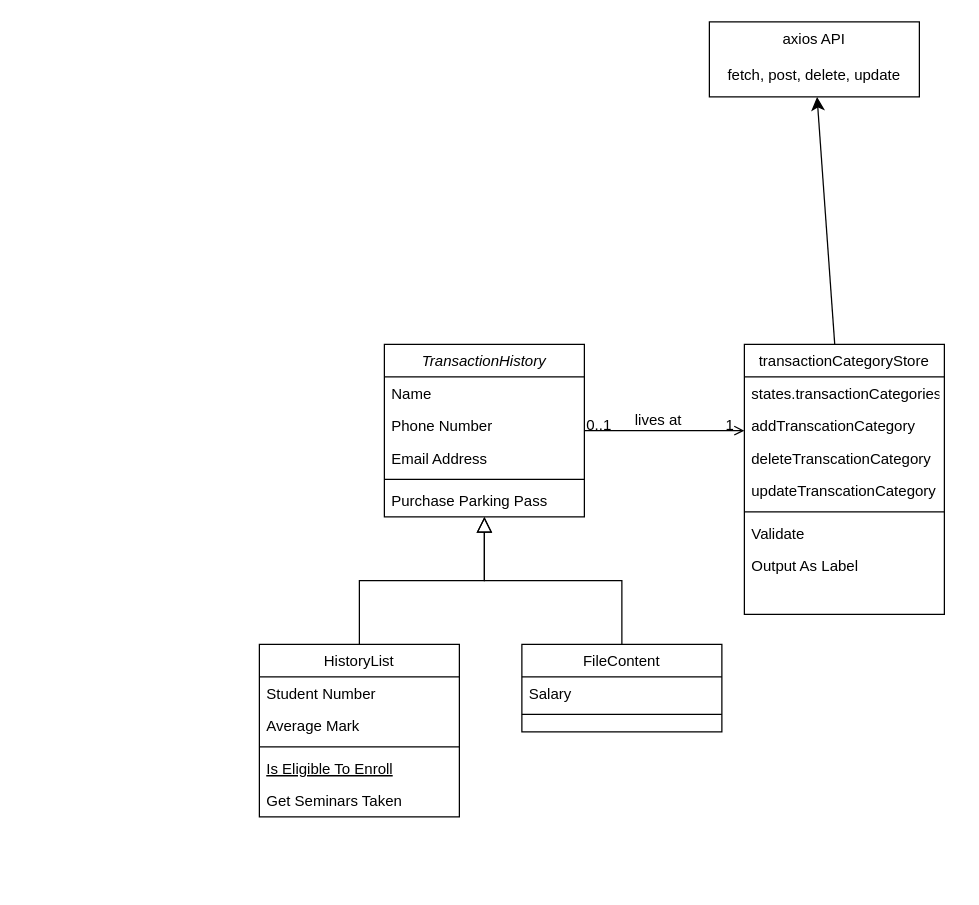
This is src/Untitled Diagram.drawio from Ahranah/vue-skeleton, a draw.io file, before an edit. Source tidied: cells renumbered, new cells numbered last; positions are measured from the earlier drawing's top-left corner, leaving out a move shared by most shapes. Both pictures are drawn from the tidied source at 125%, with x=0, y=0 at pixel (259, 21).
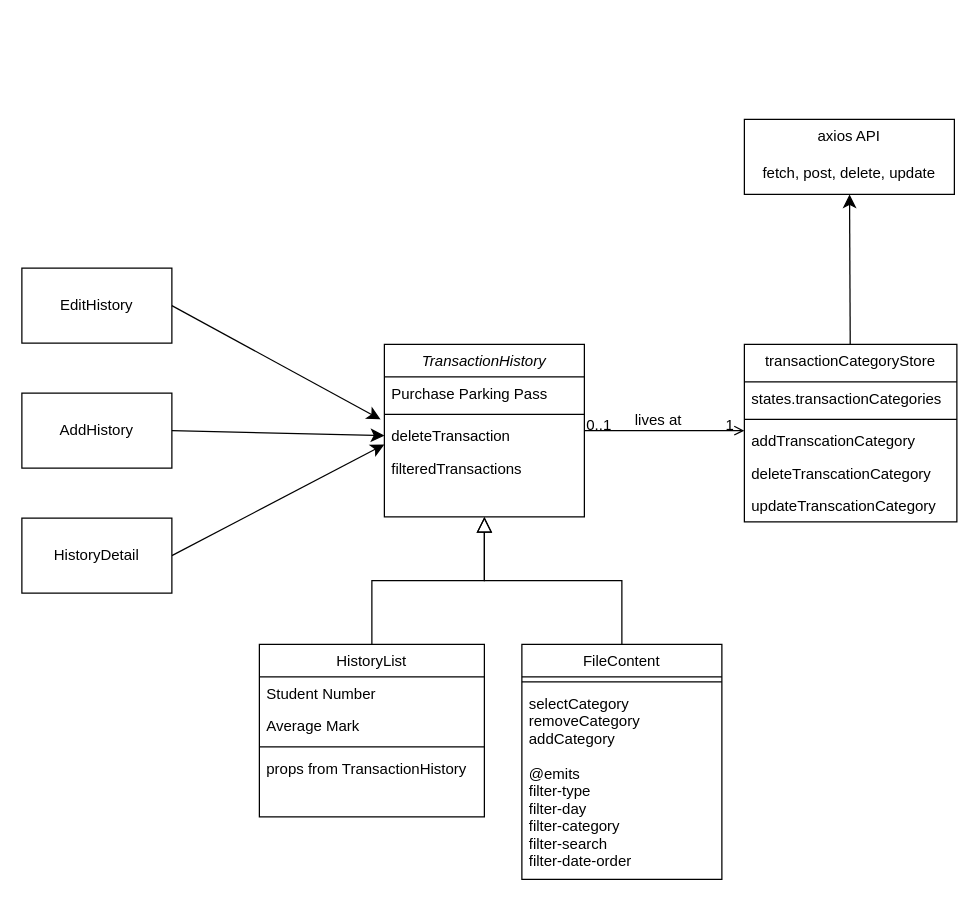
The same diagram, later.

The change refers to these unchanged cells:
```xml
<mxCell id="2" value="TransactionHistory" style="swimlane;fontStyle=2;align=center;verticalAlign=top;horizontal=1;startSize=26;rounded=0;shadow=0;strokeWidth=1;" parent="1" vertex="1">
  <mxGeometry x="100" y="258" width="160" height="138" as="geometry" />
</mxCell>
```

What changed in the source:
```diff
@@
+    <mxCell id="7" value="Purchase Parking Pass" style="text;align=left;verticalAlign=top;spacingLeft=4;spacingRight=4;overflow=hidden;" parent="2" vertex="1">
+      <mxGeometry y="26" width="160" height="26" as="geometry" />
+    </mxCell>
+    <mxCell id="6" style="line;html=1;strokeWidth=1;align=left;verticalAlign=middle;spacingTop=-1;spacingLeft=3;spacingRight=3;labelPosition=right;" parent="2" vertex="1">
+      <mxGeometry y="52" width="160" height="8" as="geometry" />
+    </mxCell>
+    <mxCell id="5" value="deleteTransaction" style="text;align=left;verticalAlign=top;spacingLeft=4;spacingRight=4;overflow=hidden;points=[[0,0.5],[1,0.5]];portConstraint=eastwest;rounded=0;shadow=0;html=0;" parent="2" vertex="1">
+      <mxGeometry y="60" width="160" height="26" as="geometry" />
+    </mxCell>
-    <mxCell id="3" value="Name" style="text;align=left;verticalAlign=top;spacingLeft=4;spacingRight=4;overflow=hidden;" parent="2" vertex="1">
-      <mxGeometry y="26" width="160" height="26" as="geometry" />
+    <mxCell id="3" value="filteredTransactions" style="text;align=left;verticalAlign=top;spacingLeft=4;spacingRight=4;overflow=hidden;" parent="2" vertex="1">
+      <mxGeometry y="86" width="160" height="26" as="geometry" />
     </mxCell>
-    <mxCell id="4" value="Phone Number" style="text;align=left;verticalAlign=top;spacingLeft=4;spacingRight=4;overflow=hidden;rounded=0;shadow=0;html=0;" parent="2" vertex="1">
-      <mxGeometry y="52" width="160" height="26" as="geometry" />
-    </mxCell>
-    <mxCell id="5" value="Email Address" style="text;align=left;verticalAlign=top;spacingLeft=4;spacingRight=4;overflow=hidden;points=[[0,0.5],[1,0.5]];portConstraint=eastwest;rounded=0;shadow=0;html=0;" parent="2" vertex="1">
-      <mxGeometry y="78" width="160" height="26" as="geometry" />
-    </mxCell>
-    <mxCell id="6" style="line;html=1;strokeWidth=1;align=left;verticalAlign=middle;spacingTop=-1;spacingLeft=3;spacingRight=3;labelPosition=right;" parent="2" vertex="1">
-      <mxGeometry y="104" width="160" height="8" as="geometry" />
-    </mxCell>
-    <mxCell id="7" value="Purchase Parking Pass" style="text;align=left;verticalAlign=top;spacingLeft=4;spacingRight=4;overflow=hidden;" parent="2" vertex="1">
-      <mxGeometry y="112" width="160" height="26" as="geometry" />
-    </mxCell>
     <mxCell id="8" value="HistoryList" style="swimlane;fontStyle=0;align=center;verticalAlign=top;horizontal=1;startSize=26;rounded=0;shadow=0;strokeWidth=1;" parent="1" vertex="1">
-      <mxGeometry y="498" width="160" height="138" as="geometry" />
+      <mxGeometry y="498" width="180" height="138" as="geometry" />
     </mxCell>
     <mxCell id="9" value="Student Number" style="text;align=left;verticalAlign=top;spacingLeft=4;spacingRight=4;overflow=hidden;" parent="8" vertex="1">
-      <mxGeometry y="26" width="160" height="26" as="geometry" />
+      <mxGeometry y="26" width="180" height="26" as="geometry" />
     </mxCell>
     <mxCell id="10" value="Average Mark" style="text;align=left;verticalAlign=top;spacingLeft=4;spacingRight=4;overflow=hidden;rounded=0;shadow=0;html=0;" parent="8" vertex="1">
-      <mxGeometry y="52" width="160" height="26" as="geometry" />
+      <mxGeometry y="52" width="180" height="26" as="geometry" />
     </mxCell>
     <mxCell id="11" style="line;html=1;strokeWidth=1;align=left;verticalAlign=middle;spacingTop=-1;spacingLeft=3;spacingRight=3;labelPosition=right;" parent="8" vertex="1">
-      <mxGeometry y="78" width="160" height="8" as="geometry" />
+      <mxGeometry y="78" width="180" height="8" as="geometry" />
     </mxCell>
-    <mxCell id="12" value="Is Eligible To Enroll" style="text;align=left;verticalAlign=top;spacingLeft=4;spacingRight=4;overflow=hidden;fontStyle=4;" parent="8" vertex="1">
-      <mxGeometry y="86" width="160" height="26" as="geometry" />
-    </mxCell>
-    <mxCell id="13" value="Get Seminars Taken" style="text;align=left;verticalAlign=top;spacingLeft=4;spacingRight=4;overflow=hidden;" parent="8" vertex="1">
-      <mxGeometry y="112" width="160" height="26" as="geometry" />
+    <mxCell id="13" value="props from TransactionHistory" style="text;align=left;verticalAlign=top;spacingLeft=4;spacingRight=4;overflow=hidden;" parent="8" vertex="1">
+      <mxGeometry y="86" width="180" height="26" as="geometry" />
     </mxCell>
@@
     <mxCell id="15" value="FileContent" style="swimlane;fontStyle=0;align=center;verticalAlign=top;horizontal=1;startSize=26;rounded=0;shadow=0;strokeWidth=1;" parent="1" vertex="1">
-      <mxGeometry x="210" y="498" width="160" height="70" as="geometry" />
+      <mxGeometry x="210" y="498" width="160" height="188" as="geometry" />
     </mxCell>
+    <mxCell id="33" value="&amp;nbsp;" style="line;html=1;strokeWidth=1;align=left;verticalAlign=middle;spacingTop=-1;spacingLeft=3;spacingRight=3;labelPosition=right;" parent="15" vertex="1">
+      <mxGeometry y="26" width="160" height="8" as="geometry" />
+    </mxCell>
-    <mxCell id="16" value="Salary" style="text;align=left;verticalAlign=top;spacingLeft=4;spacingRight=4;overflow=hidden;" parent="15" vertex="1">
-      <mxGeometry y="26" width="160" height="26" as="geometry" />
+    <mxCell id="16" value="selectCategory&#10;removeCategory&#10;addCategory&#10;&#10;@emits&#10;filter-type&#10;filter-day&#10;filter-category&#10;filter-search&#10;filter-date-order&#10;" style="text;align=left;verticalAlign=top;spacingLeft=4;spacingRight=4;overflow=hidden;" parent="15" vertex="1">
+      <mxGeometry y="34" width="160" height="154" as="geometry" />
     </mxCell>
-    <mxCell id="17" style="line;html=1;strokeWidth=1;align=left;verticalAlign=middle;spacingTop=-1;spacingLeft=3;spacingRight=3;labelPosition=right;" parent="15" vertex="1">
-      <mxGeometry y="52" width="160" height="8" as="geometry" />
-    </mxCell>
@@
-    <mxCell id="20" value="transactionCategoryStore" style="swimlane;fontStyle=0;align=center;verticalAlign=top;horizontal=1;startSize=26;rounded=0;shadow=0;strokeWidth=1;" parent="1" vertex="1">
-      <mxGeometry x="388" y="258" width="160" height="216" as="geometry" />
+    <mxCell id="20" value="transactionCategoryStore" style="swimlane;fontStyle=0;align=center;verticalAlign=top;horizontal=1;startSize=30;rounded=0;shadow=0;strokeWidth=1;" parent="1" vertex="1">
+      <mxGeometry x="388" y="258" width="170" height="142" as="geometry" />
     </mxCell>
     <mxCell id="21" value="states.transactionCategories" style="text;align=left;verticalAlign=top;spacingLeft=4;spacingRight=4;overflow=hidden;" parent="20" vertex="1">
-      <mxGeometry y="26" width="160" height="26" as="geometry" />
+      <mxGeometry y="30" width="170" height="26" as="geometry" />
     </mxCell>
+    <mxCell id="34" style="line;html=1;strokeWidth=1;align=left;verticalAlign=middle;spacingTop=-1;spacingLeft=3;spacingRight=3;labelPosition=right;" parent="20" vertex="1">
+      <mxGeometry y="56" width="170" height="8" as="geometry" />
+    </mxCell>
     <mxCell id="22" value="addTranscationCategory" style="text;align=left;verticalAlign=top;spacingLeft=4;spacingRight=4;overflow=hidden;rounded=0;shadow=0;html=0;" parent="20" vertex="1">
-      <mxGeometry y="52" width="160" height="26" as="geometry" />
+      <mxGeometry y="64" width="170" height="26" as="geometry" />
     </mxCell>
     <mxCell id="23" value="deleteTranscationCategory" style="text;align=left;verticalAlign=top;spacingLeft=4;spacingRight=4;overflow=hidden;rounded=0;shadow=0;html=0;" parent="20" vertex="1">
-      <mxGeometry y="78" width="160" height="26" as="geometry" />
+      <mxGeometry y="90" width="170" height="26" as="geometry" />
     </mxCell>
     <mxCell id="24" value="updateTranscationCategory" style="text;align=left;verticalAlign=top;spacingLeft=4;spacingRight=4;overflow=hidden;rounded=0;shadow=0;html=0;" parent="20" vertex="1">
-      <mxGeometry y="104" width="160" height="26" as="geometry" />
+      <mxGeometry y="116" width="170" height="26" as="geometry" />
     </mxCell>
-    <mxCell id="25" style="line;html=1;strokeWidth=1;align=left;verticalAlign=middle;spacingTop=-1;spacingLeft=3;spacingRight=3;labelPosition=right;" parent="20" vertex="1">
-      <mxGeometry y="130" width="160" height="8" as="geometry" />
-    </mxCell>
-    <mxCell id="26" value="Validate" style="text;align=left;verticalAlign=top;spacingLeft=4;spacingRight=4;overflow=hidden;" parent="20" vertex="1">
-      <mxGeometry y="138" width="160" height="26" as="geometry" />
-    </mxCell>
-    <mxCell id="27" value="Output As Label" style="text;align=left;verticalAlign=top;spacingLeft=4;spacingRight=4;overflow=hidden;" parent="20" vertex="1">
-      <mxGeometry y="164" width="160" height="26" as="geometry" />
-    </mxCell>
@@
     <mxCell id="32" value="axios API&lt;div&gt;&lt;br&gt;&lt;div&gt;fetch, post, delete, update&lt;/div&gt;&lt;/div&gt;" style="whiteSpace=wrap;html=1;verticalAlign=top;fontStyle=0;startSize=26;horizontal=1;rounded=0;shadow=0;strokeWidth=1;" parent="1" vertex="1">
-      <mxGeometry x="360" width="168" height="60" as="geometry" />
+      <mxGeometry x="388" y="78" width="168" height="60" as="geometry" />
     </mxCell>
+    <mxCell id="35" value="AddHistory" style="rounded=0;whiteSpace=wrap;html=1;" parent="1" vertex="1">
+      <mxGeometry x="-190" y="297" width="120" height="60" as="geometry" />
+    </mxCell>
+    <mxCell id="36" value="EditHistory" style="rounded=0;whiteSpace=wrap;html=1;" parent="1" vertex="1">
+      <mxGeometry x="-190" y="197" width="120" height="60" as="geometry" />
+    </mxCell>
+    <mxCell id="37" style="edgeStyle=none;curved=1;rounded=0;jettySize=auto;html=1;exitX=1;exitY=0.5;exitDx=0;exitDy=0;fontSize=12;startSize=8;endSize=8;" parent="1" edge="1" source="38">
+      <mxGeometry relative="1" as="geometry">
+        <mxPoint x="100" y="338" as="targetPoint" />
+      </mxGeometry>
+    </mxCell>
+    <mxCell id="38" value="HistoryDetail" style="rounded=0;whiteSpace=wrap;html=1;" parent="1" vertex="1">
+      <mxGeometry x="-190" y="397" width="120" height="60" as="geometry" />
+    </mxCell>
+    <mxCell id="39" style="edgeStyle=none;curved=1;rounded=0;jettySize=auto;html=1;exitX=1;exitY=0.5;exitDx=0;exitDy=0;fontSize=12;startSize=8;endSize=8;" parent="1" edge="1" source="36">
+      <mxGeometry relative="1" as="geometry">
+        <mxPoint x="97" y="318" as="targetPoint" />
+      </mxGeometry>
+    </mxCell>
+    <mxCell id="40" style="edgeStyle=none;curved=1;rounded=0;jettySize=auto;html=1;exitX=1;exitY=0.5;exitDx=0;exitDy=0;entryX=0;entryY=0.5;entryDx=0;entryDy=0;fontSize=12;startSize=8;endSize=8;" parent="1" edge="1" source="35" target="5">
+      <mxGeometry relative="1" as="geometry" />
+    </mxCell>
```
